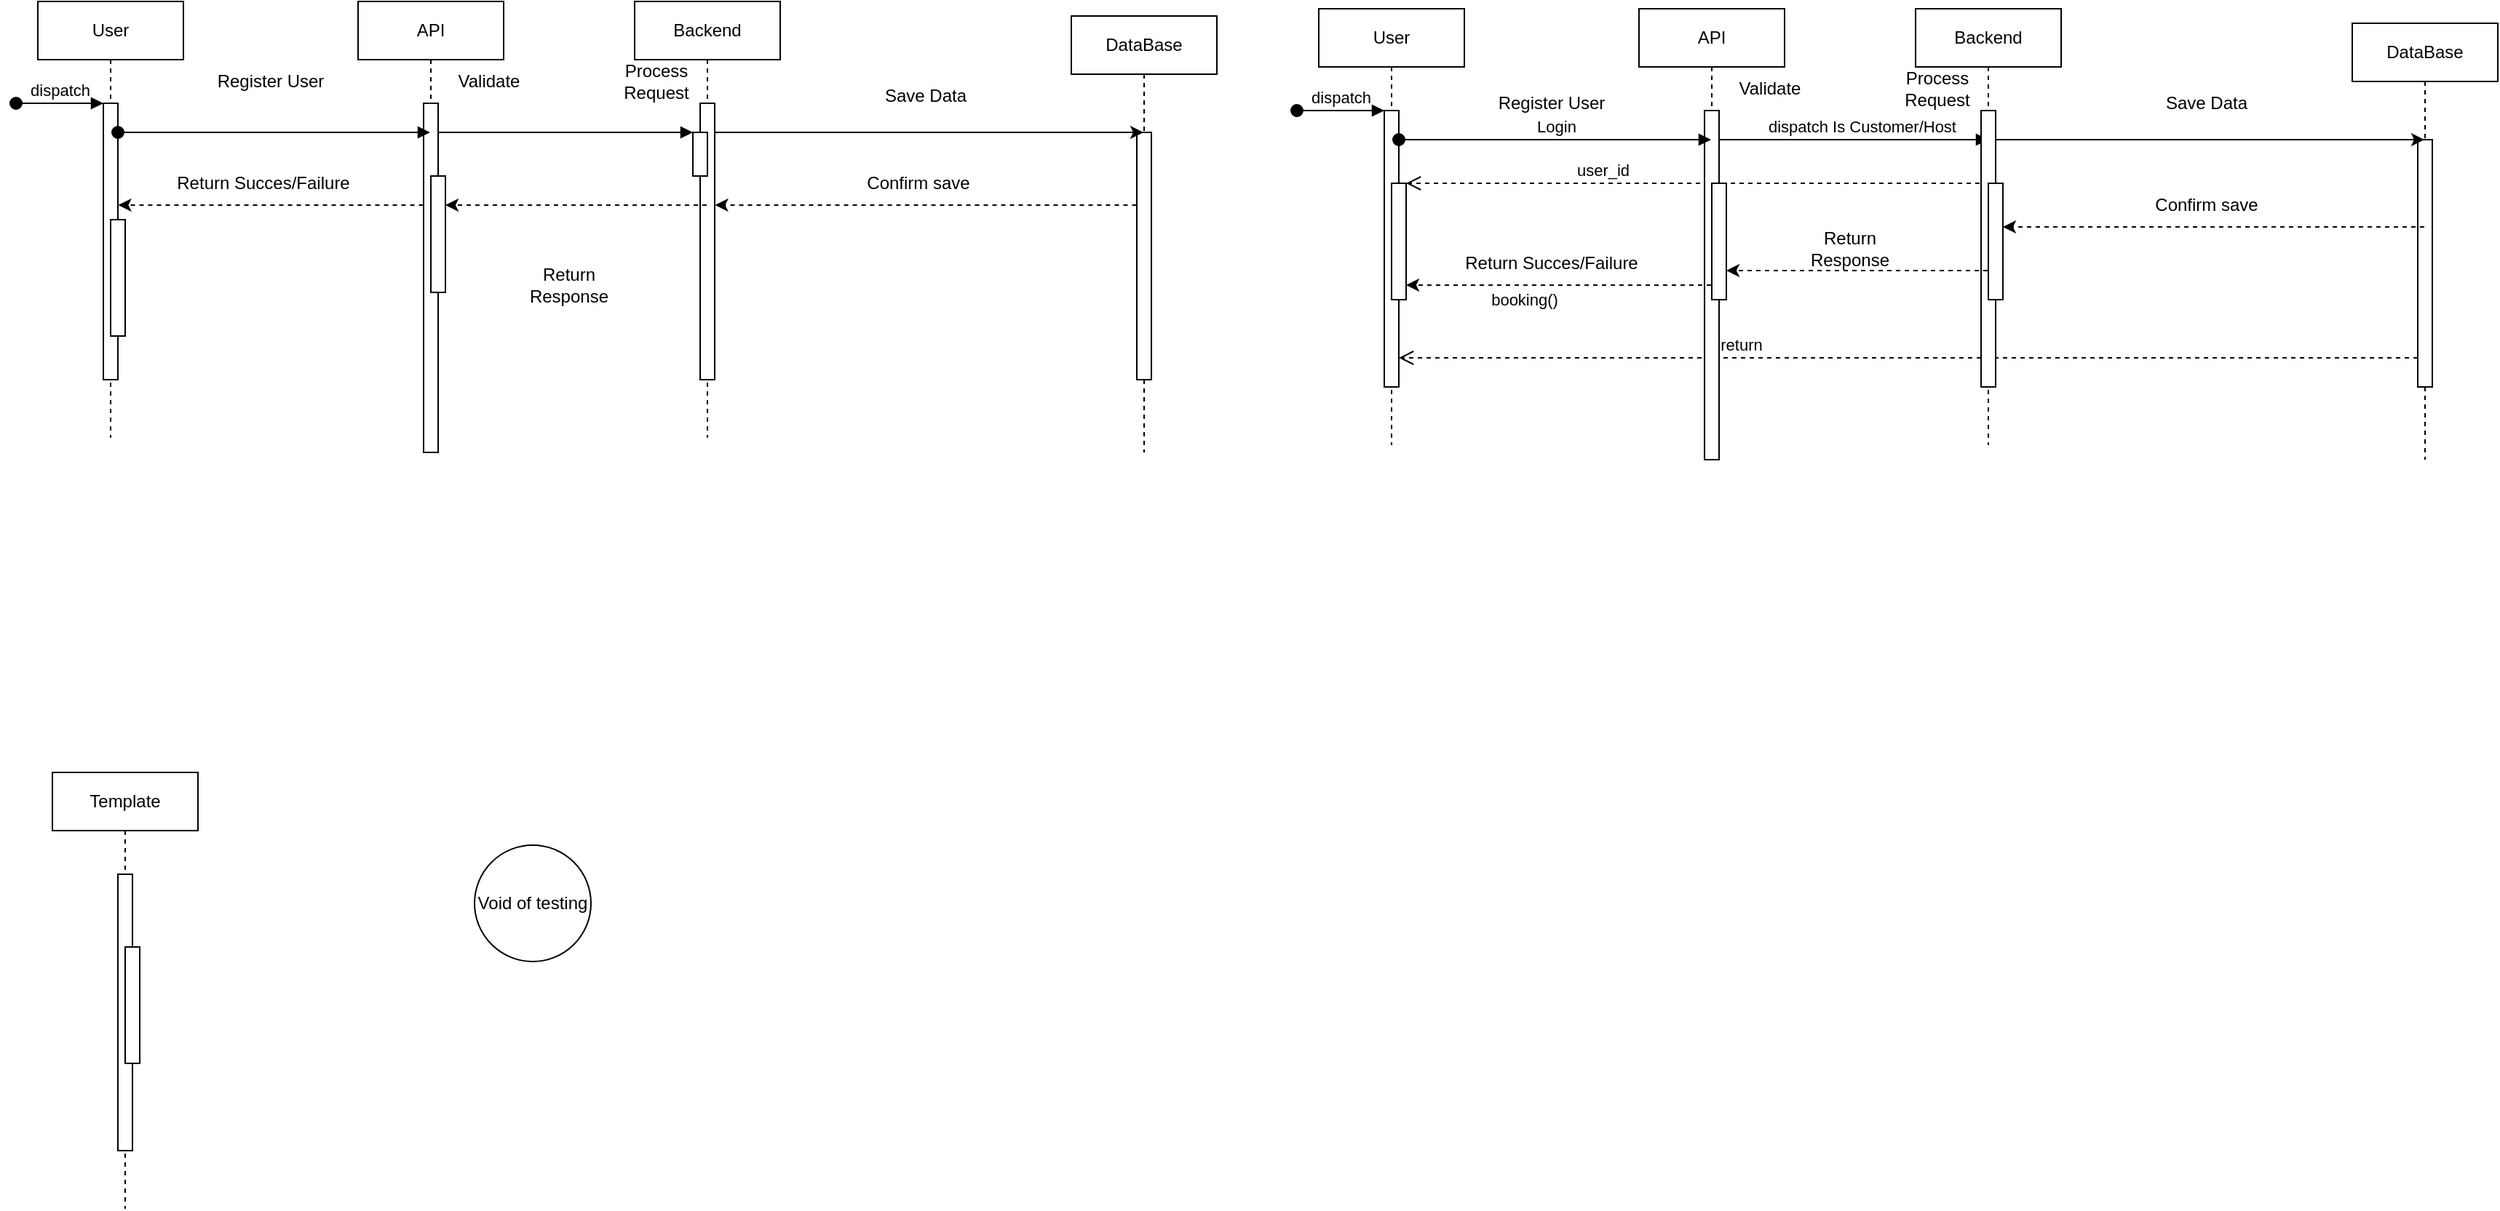
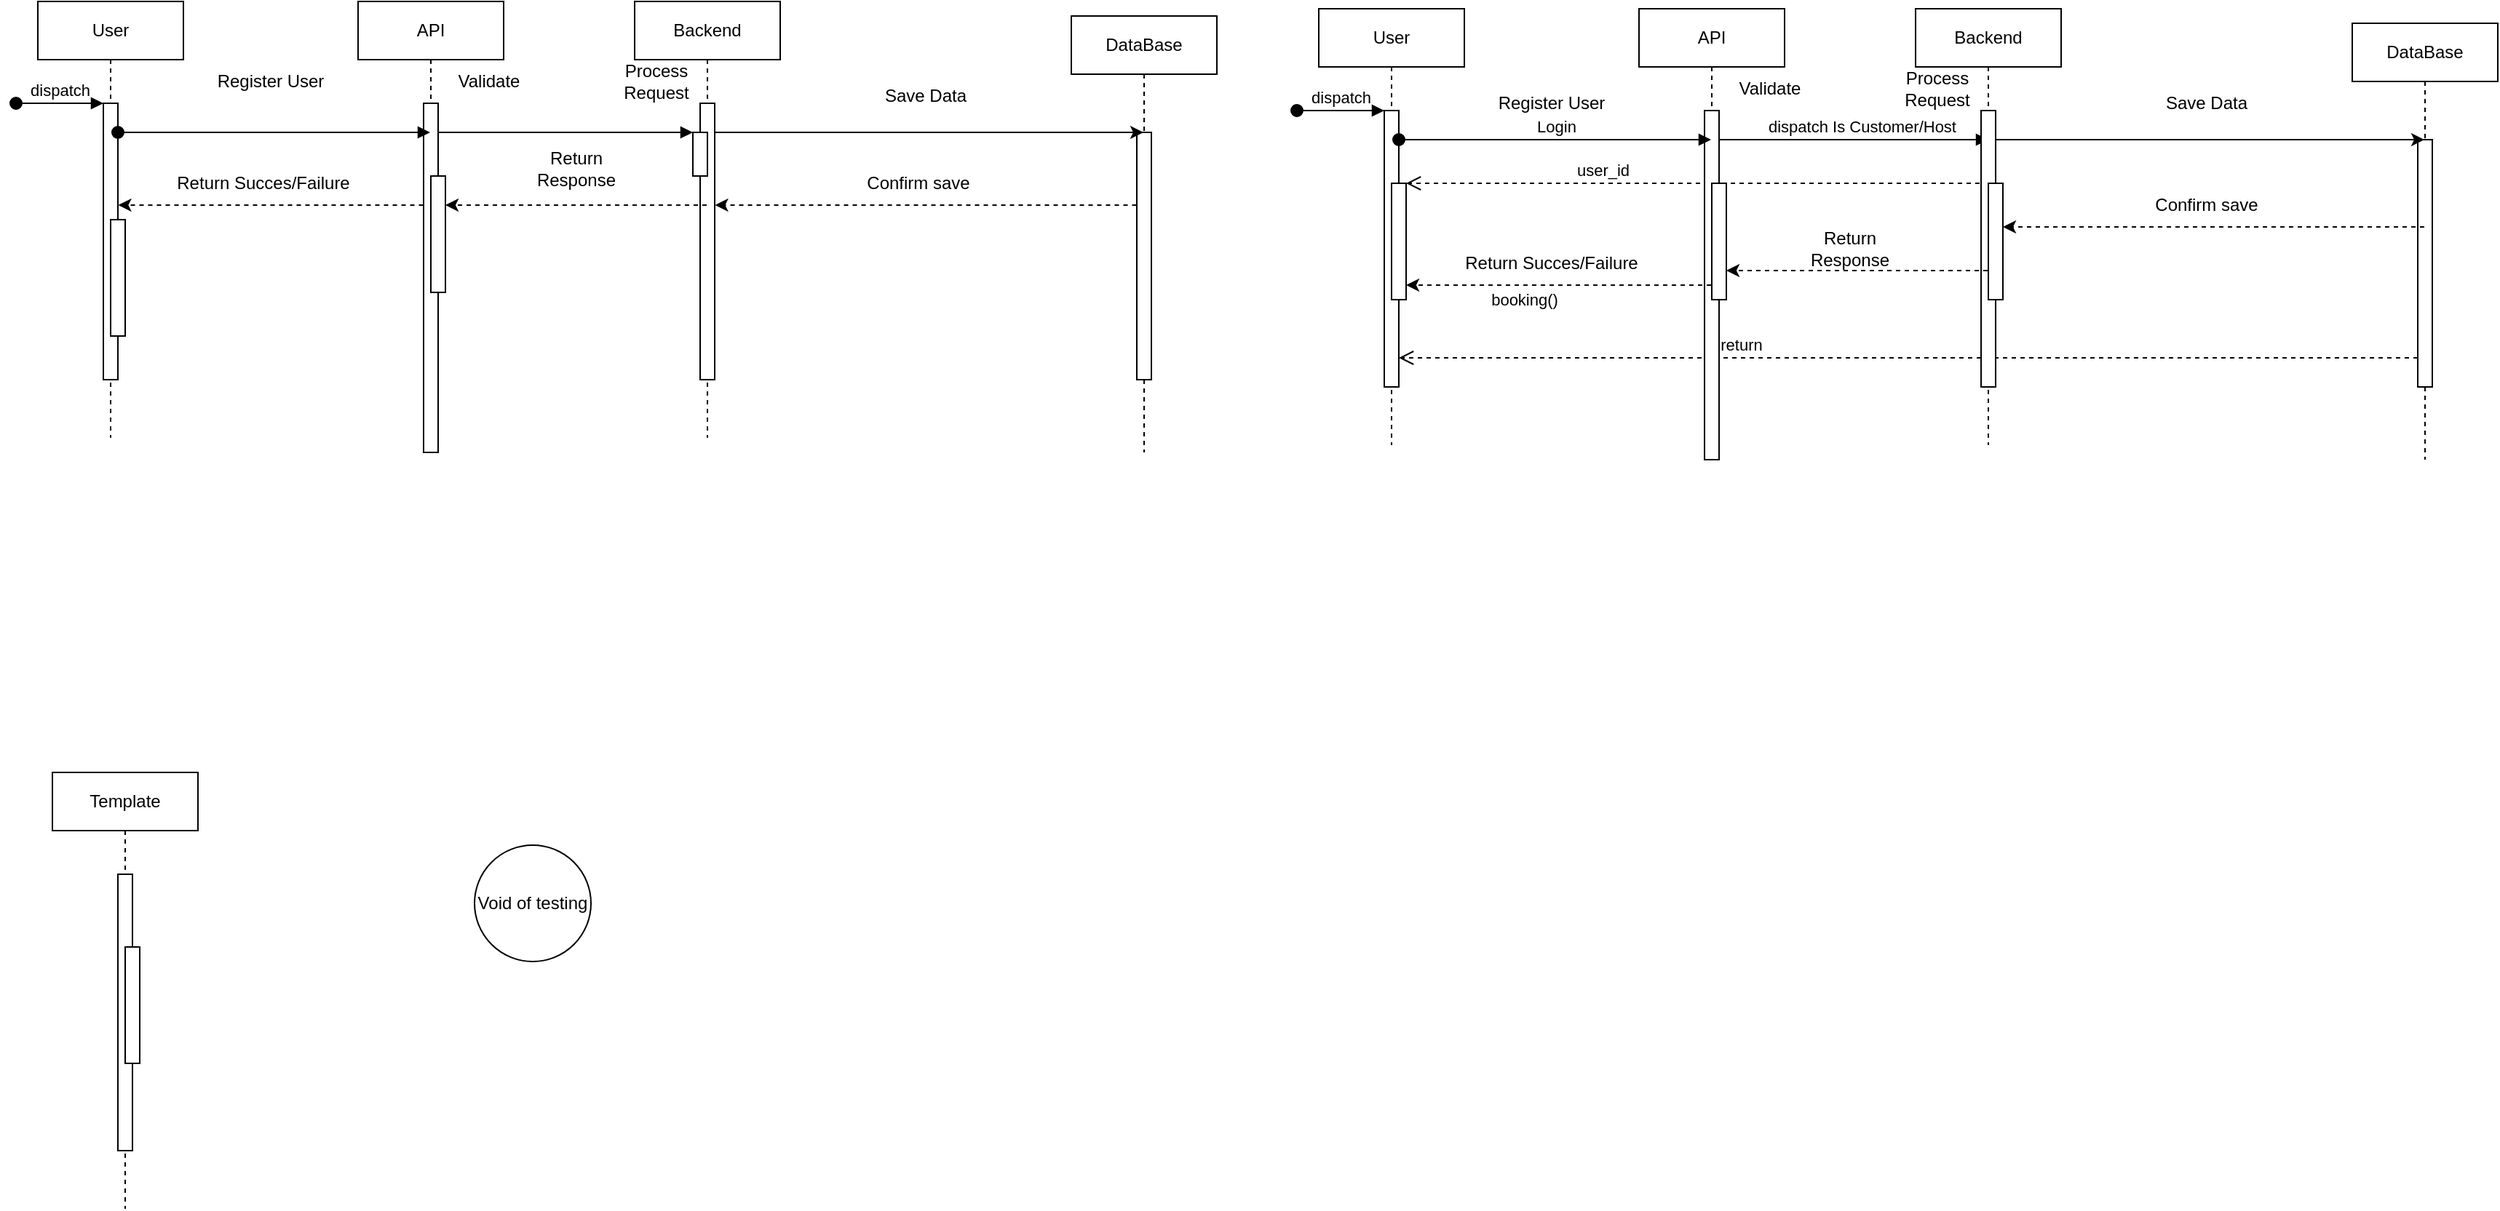
<mxfile host="app.diagrams.net" agent="5.0 (Macintosh; Intel Mac OS X 10_15_7) AppleWebKit/537.36 (KHTML, like Gecko) Chrome/109.0.0.0 Safari/537.36">
  <diagram name="Page-1" id="2YBvvXClWsGukQMizWep">
-     <mxGraphModel dx="908" dy="757" grid="1" gridSize="10" guides="1" tooltips="1" connect="1" arrows="1" fold="1" page="1" pageScale="1" pageWidth="850" pageHeight="1100" math="0" shadow="0">
+     <mxGraphModel dx="1282" dy="1068" grid="1" gridSize="10" guides="1" tooltips="1" connect="1" arrows="1" fold="1" page="1" pageScale="1" pageWidth="850" pageHeight="1100" math="0" shadow="0">
      <root>
        <mxCell id="0" />
        <mxCell id="1" parent="0" />
        <mxCell id="aM9ryv3xv72pqoxQDRHE-1" parent="1" style="shape=umlLifeline;perimeter=lifelinePerimeter;whiteSpace=wrap;html=1;container=0;dropTarget=0;collapsible=0;recursiveResize=0;outlineConnect=0;portConstraint=eastwest;newEdgeStyle={&quot;edgeStyle&quot;:&quot;elbowEdgeStyle&quot;,&quot;elbow&quot;:&quot;vertical&quot;,&quot;curved&quot;:0,&quot;rounded&quot;:0};" value="User" vertex="1">
          <mxGeometry height="300" width="100" x="30" y="40" as="geometry" />
        </mxCell>
        <mxCell id="aM9ryv3xv72pqoxQDRHE-2" parent="aM9ryv3xv72pqoxQDRHE-1" style="html=1;points=[];perimeter=orthogonalPerimeter;outlineConnect=0;targetShapes=umlLifeline;portConstraint=eastwest;newEdgeStyle={&quot;edgeStyle&quot;:&quot;elbowEdgeStyle&quot;,&quot;elbow&quot;:&quot;vertical&quot;,&quot;curved&quot;:0,&quot;rounded&quot;:0};" value="" vertex="1">
          <mxGeometry height="190" width="10" x="45" y="70" as="geometry" />
        </mxCell>
        <mxCell id="aM9ryv3xv72pqoxQDRHE-3" edge="1" parent="aM9ryv3xv72pqoxQDRHE-1" style="html=1;verticalAlign=bottom;startArrow=oval;endArrow=block;startSize=8;edgeStyle=elbowEdgeStyle;elbow=vertical;curved=0;rounded=0;" target="aM9ryv3xv72pqoxQDRHE-2" value="dispatch">
          <mxGeometry relative="1" as="geometry">
            <mxPoint x="-15" y="70" as="sourcePoint" />
          </mxGeometry>
        </mxCell>
        <mxCell id="aM9ryv3xv72pqoxQDRHE-4" parent="aM9ryv3xv72pqoxQDRHE-1" style="html=1;points=[];perimeter=orthogonalPerimeter;outlineConnect=0;targetShapes=umlLifeline;portConstraint=eastwest;newEdgeStyle={&quot;edgeStyle&quot;:&quot;elbowEdgeStyle&quot;,&quot;elbow&quot;:&quot;vertical&quot;,&quot;curved&quot;:0,&quot;rounded&quot;:0};" value="" vertex="1">
          <mxGeometry height="80" width="10" x="50" y="150" as="geometry" />
        </mxCell>
        <mxCell id="aM9ryv3xv72pqoxQDRHE-5" parent="1" style="shape=umlLifeline;perimeter=lifelinePerimeter;whiteSpace=wrap;html=1;container=0;dropTarget=0;collapsible=0;recursiveResize=0;outlineConnect=0;portConstraint=eastwest;newEdgeStyle={&quot;edgeStyle&quot;:&quot;elbowEdgeStyle&quot;,&quot;elbow&quot;:&quot;vertical&quot;,&quot;curved&quot;:0,&quot;rounded&quot;:0};" value="DataBase" vertex="1">
          <mxGeometry height="300" width="100" x="740" y="50" as="geometry" />
        </mxCell>
        <mxCell id="aM9ryv3xv72pqoxQDRHE-6" parent="aM9ryv3xv72pqoxQDRHE-5" style="html=1;points=[];perimeter=orthogonalPerimeter;outlineConnect=0;targetShapes=umlLifeline;portConstraint=eastwest;newEdgeStyle={&quot;edgeStyle&quot;:&quot;elbowEdgeStyle&quot;,&quot;elbow&quot;:&quot;vertical&quot;,&quot;curved&quot;:0,&quot;rounded&quot;:0};" value="" vertex="1">
          <mxGeometry height="170" width="10" x="45" y="80" as="geometry" />
        </mxCell>
        <mxCell id="aM9ryv3xv72pqoxQDRHE-7" edge="1" parent="1" source="7Z1T8ZwHcXeBXznP6D7j-6" style="html=1;verticalAlign=bottom;endArrow=block;edgeStyle=elbowEdgeStyle;elbow=vertical;curved=0;rounded=0;" target="7Z1T8ZwHcXeBXznP6D7j-11" value="">
          <mxGeometry relative="1" x="0.0616" as="geometry">
            <mxPoint as="offset" />
            <Array as="points">
              <mxPoint x="440" y="130" />
            </Array>
            <mxPoint x="195" y="130" as="sourcePoint" />
            <mxPoint x="480" y="130" as="targetPoint" />
          </mxGeometry>
        </mxCell>
        <mxCell id="7Z1T8ZwHcXeBXznP6D7j-5" parent="1" style="shape=umlLifeline;perimeter=lifelinePerimeter;whiteSpace=wrap;html=1;container=0;dropTarget=0;collapsible=0;recursiveResize=0;outlineConnect=0;portConstraint=eastwest;newEdgeStyle={&quot;edgeStyle&quot;:&quot;elbowEdgeStyle&quot;,&quot;elbow&quot;:&quot;vertical&quot;,&quot;curved&quot;:0,&quot;rounded&quot;:0};" value="API" vertex="1">
          <mxGeometry height="300" width="100" x="250" y="40" as="geometry" />
        </mxCell>
        <mxCell id="7Z1T8ZwHcXeBXznP6D7j-6" parent="7Z1T8ZwHcXeBXznP6D7j-5" style="html=1;points=[];perimeter=orthogonalPerimeter;outlineConnect=0;targetShapes=umlLifeline;portConstraint=eastwest;newEdgeStyle={&quot;edgeStyle&quot;:&quot;elbowEdgeStyle&quot;,&quot;elbow&quot;:&quot;vertical&quot;,&quot;curved&quot;:0,&quot;rounded&quot;:0};" value="" vertex="1">
          <mxGeometry height="240" width="10" x="45" y="70" as="geometry" />
        </mxCell>
        <mxCell id="7Z1T8ZwHcXeBXznP6D7j-8" parent="7Z1T8ZwHcXeBXznP6D7j-5" style="html=1;points=[];perimeter=orthogonalPerimeter;outlineConnect=0;targetShapes=umlLifeline;portConstraint=eastwest;newEdgeStyle={&quot;edgeStyle&quot;:&quot;elbowEdgeStyle&quot;,&quot;elbow&quot;:&quot;vertical&quot;,&quot;curved&quot;:0,&quot;rounded&quot;:0};" value="" vertex="1">
          <mxGeometry height="80" width="10" x="50" y="120" as="geometry" />
        </mxCell>
        <mxCell id="7Z1T8ZwHcXeBXznP6D7j-9" parent="1" style="shape=umlLifeline;perimeter=lifelinePerimeter;whiteSpace=wrap;html=1;container=0;dropTarget=0;collapsible=0;recursiveResize=0;outlineConnect=0;portConstraint=eastwest;newEdgeStyle={&quot;edgeStyle&quot;:&quot;elbowEdgeStyle&quot;,&quot;elbow&quot;:&quot;vertical&quot;,&quot;curved&quot;:0,&quot;rounded&quot;:0};" value="&lt;div&gt;Backend&lt;/div&gt;" vertex="1">
          <mxGeometry height="300" width="100" x="440" y="40" as="geometry" />
        </mxCell>
        <mxCell id="7Z1T8ZwHcXeBXznP6D7j-10" parent="7Z1T8ZwHcXeBXznP6D7j-9" style="html=1;points=[];perimeter=orthogonalPerimeter;outlineConnect=0;targetShapes=umlLifeline;portConstraint=eastwest;newEdgeStyle={&quot;edgeStyle&quot;:&quot;elbowEdgeStyle&quot;,&quot;elbow&quot;:&quot;vertical&quot;,&quot;curved&quot;:0,&quot;rounded&quot;:0};" value="" vertex="1">
          <mxGeometry height="190" width="10" x="45" y="70" as="geometry" />
        </mxCell>
        <mxCell id="7Z1T8ZwHcXeBXznP6D7j-11" parent="7Z1T8ZwHcXeBXznP6D7j-9" style="html=1;points=[];perimeter=orthogonalPerimeter;outlineConnect=0;targetShapes=umlLifeline;portConstraint=eastwest;newEdgeStyle={&quot;edgeStyle&quot;:&quot;elbowEdgeStyle&quot;,&quot;elbow&quot;:&quot;vertical&quot;,&quot;curved&quot;:0,&quot;rounded&quot;:0};" value="" vertex="1">
          <mxGeometry height="30" width="10" x="40" y="90" as="geometry" />
        </mxCell>
        <mxCell id="7Z1T8ZwHcXeBXznP6D7j-12" parent="1" style="shape=umlLifeline;perimeter=lifelinePerimeter;whiteSpace=wrap;html=1;container=0;dropTarget=0;collapsible=0;recursiveResize=0;outlineConnect=0;portConstraint=eastwest;newEdgeStyle={&quot;edgeStyle&quot;:&quot;elbowEdgeStyle&quot;,&quot;elbow&quot;:&quot;vertical&quot;,&quot;curved&quot;:0,&quot;rounded&quot;:0};" value="Template" vertex="1">
          <mxGeometry height="300" width="100" x="40" y="570" as="geometry" />
        </mxCell>
        <mxCell id="7Z1T8ZwHcXeBXznP6D7j-13" parent="7Z1T8ZwHcXeBXznP6D7j-12" style="html=1;points=[];perimeter=orthogonalPerimeter;outlineConnect=0;targetShapes=umlLifeline;portConstraint=eastwest;newEdgeStyle={&quot;edgeStyle&quot;:&quot;elbowEdgeStyle&quot;,&quot;elbow&quot;:&quot;vertical&quot;,&quot;curved&quot;:0,&quot;rounded&quot;:0};" value="" vertex="1">
          <mxGeometry height="190" width="10" x="45" y="70" as="geometry" />
        </mxCell>
        <mxCell id="7Z1T8ZwHcXeBXznP6D7j-14" parent="7Z1T8ZwHcXeBXznP6D7j-12" style="html=1;points=[];perimeter=orthogonalPerimeter;outlineConnect=0;targetShapes=umlLifeline;portConstraint=eastwest;newEdgeStyle={&quot;edgeStyle&quot;:&quot;elbowEdgeStyle&quot;,&quot;elbow&quot;:&quot;vertical&quot;,&quot;curved&quot;:0,&quot;rounded&quot;:0};" value="" vertex="1">
          <mxGeometry height="80" width="10" x="50" y="120" as="geometry" />
        </mxCell>
        <mxCell id="7Z1T8ZwHcXeBXznP6D7j-18" edge="1" parent="1" style="html=1;verticalAlign=bottom;startArrow=oval;endArrow=block;startSize=8;edgeStyle=elbowEdgeStyle;elbow=vertical;curved=0;rounded=0;" target="7Z1T8ZwHcXeBXznP6D7j-5" value="">
          <mxGeometry relative="1" x="-0.3939" y="10" as="geometry">
            <mxPoint as="offset" />
            <mxPoint x="85" y="130" as="sourcePoint" />
            <mxPoint x="150" y="130" as="targetPoint" />
          </mxGeometry>
        </mxCell>
        <mxCell id="D9VVy2PClrj1YHKQl20F-1" parent="1" style="text;html=1;whiteSpace=wrap;strokeColor=none;fillColor=none;align=center;verticalAlign=middle;rounded=0;" value="Register User" vertex="1">
          <mxGeometry height="30" width="100" x="140" y="80" as="geometry" />
        </mxCell>
        <mxCell id="D9VVy2PClrj1YHKQl20F-2" parent="1" style="text;html=1;whiteSpace=wrap;strokeColor=none;fillColor=none;align=center;verticalAlign=middle;rounded=0;" value="Validate" vertex="1">
          <mxGeometry height="30" width="60" x="310" y="80" as="geometry" />
        </mxCell>
        <mxCell id="D9VVy2PClrj1YHKQl20F-3" parent="1" style="text;html=1;whiteSpace=wrap;strokeColor=none;fillColor=none;align=center;verticalAlign=middle;rounded=0;" value="Process Request" vertex="1">
          <mxGeometry height="30" width="60" x="425" y="80" as="geometry" />
        </mxCell>
        <mxCell id="I_nbtK1dwFWHWanF6EMp-1" parent="1" style="text;html=1;whiteSpace=wrap;strokeColor=none;fillColor=none;align=center;verticalAlign=middle;rounded=0;" value="Save Data" vertex="1">
          <mxGeometry height="30" width="60" x="610" y="90" as="geometry" />
        </mxCell>
        <mxCell id="7Z1T8ZwHcXeBXznP6D7j-19" parent="1" style="ellipse;whiteSpace=wrap;html=1;aspect=fixed;" value="Void of testing" vertex="1">
          <mxGeometry height="80" width="80" x="330" y="620" as="geometry" />
        </mxCell>
        <mxCell id="I_nbtK1dwFWHWanF6EMp-2" parent="1" style="text;html=1;whiteSpace=wrap;strokeColor=none;fillColor=none;align=center;verticalAlign=middle;rounded=0;" value="Confirm save" vertex="1">
          <mxGeometry height="30" width="80" x="595.25" y="150" as="geometry" />
        </mxCell>
        <mxCell id="I_nbtK1dwFWHWanF6EMp-3" parent="1" style="text;html=1;whiteSpace=wrap;strokeColor=none;fillColor=none;align=center;verticalAlign=middle;rounded=0;" value="Return Response" vertex="1">
-           <mxGeometry height="30" width="60" x="365" y="220" as="geometry" />
+           <mxGeometry height="30" width="60" x="370" y="140" as="geometry" />
        </mxCell>
        <mxCell id="I_nbtK1dwFWHWanF6EMp-4" parent="1" style="text;html=1;whiteSpace=wrap;strokeColor=none;fillColor=none;align=center;verticalAlign=middle;rounded=0;" value="Return Succes/Failure" vertex="1">
          <mxGeometry height="30" width="140" x="115.25" y="150" as="geometry" />
        </mxCell>
        <mxCell id="_QFFP_39c0ER-aZENGy8-1" edge="1" parent="1" source="7Z1T8ZwHcXeBXznP6D7j-10" style="endArrow=classic;html=1;rounded=0;" target="aM9ryv3xv72pqoxQDRHE-5" value="">
          <mxGeometry height="50" relative="1" width="50" as="geometry">
            <Array as="points">
              <mxPoint x="650" y="130" />
            </Array>
            <mxPoint x="490" y="170" as="sourcePoint" />
            <mxPoint x="540" y="120" as="targetPoint" />
          </mxGeometry>
        </mxCell>
        <mxCell id="_QFFP_39c0ER-aZENGy8-2" edge="1" parent="1" style="endArrow=classic;html=1;rounded=0;dashed=1;" value="">
          <mxGeometry height="50" relative="1" width="50" as="geometry">
            <Array as="points">
              <mxPoint x="635.25" y="180" />
            </Array>
            <mxPoint x="784.75" y="179.9999999999999" as="sourcePoint" />
            <mxPoint x="495.25" y="179.9999999999999" as="targetPoint" />
          </mxGeometry>
        </mxCell>
        <mxCell id="_QFFP_39c0ER-aZENGy8-3" edge="1" parent="1" style="endArrow=classic;html=1;rounded=0;dashed=1;" value="">
          <mxGeometry height="50" relative="1" width="50" as="geometry">
            <Array as="points">
              <mxPoint x="400" y="180" />
            </Array>
            <mxPoint x="489.5" y="179.9999999999999" as="sourcePoint" />
            <mxPoint x="310" y="179.9999999999999" as="targetPoint" />
          </mxGeometry>
        </mxCell>
        <mxCell id="_QFFP_39c0ER-aZENGy8-4" edge="1" parent="1" style="endArrow=classic;html=1;rounded=0;dashed=1;" value="">
          <mxGeometry height="50" relative="1" width="50" as="geometry">
            <Array as="points">
              <mxPoint x="195.25" y="180" />
            </Array>
            <mxPoint x="294.75" y="179.9999999999999" as="sourcePoint" />
            <mxPoint x="85.25" y="179.9999999999999" as="targetPoint" />
          </mxGeometry>
        </mxCell>
        <mxCell id="_QFFP_39c0ER-aZENGy8-33" parent="1" style="shape=umlLifeline;perimeter=lifelinePerimeter;whiteSpace=wrap;html=1;container=0;dropTarget=0;collapsible=0;recursiveResize=0;outlineConnect=0;portConstraint=eastwest;newEdgeStyle={&quot;edgeStyle&quot;:&quot;elbowEdgeStyle&quot;,&quot;elbow&quot;:&quot;vertical&quot;,&quot;curved&quot;:0,&quot;rounded&quot;:0};" value="User" vertex="1">
          <mxGeometry height="300" width="100" x="910" y="45" as="geometry" />
        </mxCell>
        <mxCell id="_QFFP_39c0ER-aZENGy8-34" parent="_QFFP_39c0ER-aZENGy8-33" style="html=1;points=[];perimeter=orthogonalPerimeter;outlineConnect=0;targetShapes=umlLifeline;portConstraint=eastwest;newEdgeStyle={&quot;edgeStyle&quot;:&quot;elbowEdgeStyle&quot;,&quot;elbow&quot;:&quot;vertical&quot;,&quot;curved&quot;:0,&quot;rounded&quot;:0};" value="" vertex="1">
          <mxGeometry height="190" width="10" x="45" y="70" as="geometry" />
        </mxCell>
        <mxCell id="_QFFP_39c0ER-aZENGy8-35" edge="1" parent="_QFFP_39c0ER-aZENGy8-33" style="html=1;verticalAlign=bottom;startArrow=oval;endArrow=block;startSize=8;edgeStyle=elbowEdgeStyle;elbow=vertical;curved=0;rounded=0;" target="_QFFP_39c0ER-aZENGy8-34" value="dispatch">
          <mxGeometry relative="1" as="geometry">
            <mxPoint x="-15" y="70" as="sourcePoint" />
          </mxGeometry>
        </mxCell>
        <mxCell id="_QFFP_39c0ER-aZENGy8-36" parent="_QFFP_39c0ER-aZENGy8-33" style="html=1;points=[];perimeter=orthogonalPerimeter;outlineConnect=0;targetShapes=umlLifeline;portConstraint=eastwest;newEdgeStyle={&quot;edgeStyle&quot;:&quot;elbowEdgeStyle&quot;,&quot;elbow&quot;:&quot;vertical&quot;,&quot;curved&quot;:0,&quot;rounded&quot;:0};" value="" vertex="1">
          <mxGeometry height="80" width="10" x="50" y="120" as="geometry" />
        </mxCell>
        <mxCell id="_QFFP_39c0ER-aZENGy8-37" parent="1" style="shape=umlLifeline;perimeter=lifelinePerimeter;whiteSpace=wrap;html=1;container=0;dropTarget=0;collapsible=0;recursiveResize=0;outlineConnect=0;portConstraint=eastwest;newEdgeStyle={&quot;edgeStyle&quot;:&quot;elbowEdgeStyle&quot;,&quot;elbow&quot;:&quot;vertical&quot;,&quot;curved&quot;:0,&quot;rounded&quot;:0};" value="DataBase" vertex="1">
          <mxGeometry height="300" width="100" x="1620" y="55" as="geometry" />
        </mxCell>
        <mxCell id="_QFFP_39c0ER-aZENGy8-38" parent="_QFFP_39c0ER-aZENGy8-37" style="html=1;points=[];perimeter=orthogonalPerimeter;outlineConnect=0;targetShapes=umlLifeline;portConstraint=eastwest;newEdgeStyle={&quot;edgeStyle&quot;:&quot;elbowEdgeStyle&quot;,&quot;elbow&quot;:&quot;vertical&quot;,&quot;curved&quot;:0,&quot;rounded&quot;:0};" value="" vertex="1">
          <mxGeometry height="170" width="10" x="45" y="80" as="geometry" />
        </mxCell>
        <mxCell id="_QFFP_39c0ER-aZENGy8-39" edge="1" parent="1" source="_QFFP_39c0ER-aZENGy8-44" style="html=1;verticalAlign=bottom;endArrow=block;edgeStyle=elbowEdgeStyle;elbow=vertical;curved=0;rounded=0;entryX=0.5;entryY=0.105;entryDx=0;entryDy=0;entryPerimeter=0;" target="_QFFP_39c0ER-aZENGy8-47" value="dispatch Is Customer/Host">
          <mxGeometry relative="1" x="0.0616" as="geometry">
            <mxPoint as="offset" />
            <Array as="points">
              <mxPoint x="1320" y="135" />
            </Array>
            <mxPoint x="1075" y="135" as="sourcePoint" />
            <mxPoint x="1360" y="135" as="targetPoint" />
          </mxGeometry>
        </mxCell>
        <mxCell id="_QFFP_39c0ER-aZENGy8-40" connectable="0" parent="_QFFP_39c0ER-aZENGy8-39" style="edgeLabel;html=1;align=center;verticalAlign=middle;resizable=0;points=[];" value="booking()" vertex="1">
          <mxGeometry relative="1" x="-0.6283" y="3" as="geometry">
            <mxPoint x="-169" y="113" as="offset" />
          </mxGeometry>
        </mxCell>
        <mxCell id="_QFFP_39c0ER-aZENGy8-41" edge="1" parent="1" source="_QFFP_39c0ER-aZENGy8-38" style="html=1;verticalAlign=bottom;endArrow=open;dashed=1;endSize=8;edgeStyle=elbowEdgeStyle;elbow=vertical;curved=0;rounded=0;" target="_QFFP_39c0ER-aZENGy8-34" value="return">
          <mxGeometry relative="1" x="0.3286" as="geometry">
            <mxPoint as="offset" />
            <Array as="points">
              <mxPoint x="1070" y="285" />
            </Array>
            <mxPoint x="1075" y="210" as="targetPoint" />
          </mxGeometry>
        </mxCell>
        <mxCell id="_QFFP_39c0ER-aZENGy8-42" edge="1" parent="1" source="_QFFP_39c0ER-aZENGy8-48" style="html=1;verticalAlign=bottom;endArrow=open;dashed=1;endSize=8;edgeStyle=elbowEdgeStyle;elbow=vertical;curved=0;rounded=0;" target="_QFFP_39c0ER-aZENGy8-36" value="user_id">
          <mxGeometry relative="1" x="0.325" as="geometry">
            <mxPoint as="offset" />
            <Array as="points">
              <mxPoint x="1330" y="165" />
            </Array>
            <mxPoint x="1430" y="165" as="sourcePoint" />
            <mxPoint x="1020" y="165" as="targetPoint" />
          </mxGeometry>
        </mxCell>
        <mxCell id="_QFFP_39c0ER-aZENGy8-43" parent="1" style="shape=umlLifeline;perimeter=lifelinePerimeter;whiteSpace=wrap;html=1;container=0;dropTarget=0;collapsible=0;recursiveResize=0;outlineConnect=0;portConstraint=eastwest;newEdgeStyle={&quot;edgeStyle&quot;:&quot;elbowEdgeStyle&quot;,&quot;elbow&quot;:&quot;vertical&quot;,&quot;curved&quot;:0,&quot;rounded&quot;:0};" value="API" vertex="1">
          <mxGeometry height="300" width="100" x="1130" y="45" as="geometry" />
        </mxCell>
        <mxCell id="_QFFP_39c0ER-aZENGy8-44" parent="_QFFP_39c0ER-aZENGy8-43" style="html=1;points=[];perimeter=orthogonalPerimeter;outlineConnect=0;targetShapes=umlLifeline;portConstraint=eastwest;newEdgeStyle={&quot;edgeStyle&quot;:&quot;elbowEdgeStyle&quot;,&quot;elbow&quot;:&quot;vertical&quot;,&quot;curved&quot;:0,&quot;rounded&quot;:0};" value="" vertex="1">
          <mxGeometry height="240" width="10" x="45" y="70" as="geometry" />
        </mxCell>
        <mxCell id="_QFFP_39c0ER-aZENGy8-45" parent="_QFFP_39c0ER-aZENGy8-43" style="html=1;points=[];perimeter=orthogonalPerimeter;outlineConnect=0;targetShapes=umlLifeline;portConstraint=eastwest;newEdgeStyle={&quot;edgeStyle&quot;:&quot;elbowEdgeStyle&quot;,&quot;elbow&quot;:&quot;vertical&quot;,&quot;curved&quot;:0,&quot;rounded&quot;:0};" value="" vertex="1">
          <mxGeometry height="80" width="10" x="50" y="120" as="geometry" />
        </mxCell>
        <mxCell id="_QFFP_39c0ER-aZENGy8-46" parent="1" style="shape=umlLifeline;perimeter=lifelinePerimeter;whiteSpace=wrap;html=1;container=0;dropTarget=0;collapsible=0;recursiveResize=0;outlineConnect=0;portConstraint=eastwest;newEdgeStyle={&quot;edgeStyle&quot;:&quot;elbowEdgeStyle&quot;,&quot;elbow&quot;:&quot;vertical&quot;,&quot;curved&quot;:0,&quot;rounded&quot;:0};" value="&lt;div&gt;Backend&lt;/div&gt;" vertex="1">
          <mxGeometry height="300" width="100" x="1320" y="45" as="geometry" />
        </mxCell>
        <mxCell id="_QFFP_39c0ER-aZENGy8-47" parent="_QFFP_39c0ER-aZENGy8-46" style="html=1;points=[];perimeter=orthogonalPerimeter;outlineConnect=0;targetShapes=umlLifeline;portConstraint=eastwest;newEdgeStyle={&quot;edgeStyle&quot;:&quot;elbowEdgeStyle&quot;,&quot;elbow&quot;:&quot;vertical&quot;,&quot;curved&quot;:0,&quot;rounded&quot;:0};" value="" vertex="1">
          <mxGeometry height="190" width="10" x="45" y="70" as="geometry" />
        </mxCell>
        <mxCell id="_QFFP_39c0ER-aZENGy8-48" parent="_QFFP_39c0ER-aZENGy8-46" style="html=1;points=[];perimeter=orthogonalPerimeter;outlineConnect=0;targetShapes=umlLifeline;portConstraint=eastwest;newEdgeStyle={&quot;edgeStyle&quot;:&quot;elbowEdgeStyle&quot;,&quot;elbow&quot;:&quot;vertical&quot;,&quot;curved&quot;:0,&quot;rounded&quot;:0};" value="" vertex="1">
          <mxGeometry height="80" width="10" x="50" y="120" as="geometry" />
        </mxCell>
        <mxCell id="_QFFP_39c0ER-aZENGy8-49" edge="1" parent="1" style="html=1;verticalAlign=bottom;startArrow=oval;endArrow=block;startSize=8;edgeStyle=elbowEdgeStyle;elbow=vertical;curved=0;rounded=0;" target="_QFFP_39c0ER-aZENGy8-43" value="Login">
          <mxGeometry relative="1" as="geometry">
            <mxPoint x="965" y="135" as="sourcePoint" />
            <mxPoint x="1030" y="135" as="targetPoint" />
          </mxGeometry>
        </mxCell>
        <mxCell id="_QFFP_39c0ER-aZENGy8-50" parent="1" style="text;html=1;whiteSpace=wrap;strokeColor=none;fillColor=none;align=center;verticalAlign=middle;rounded=0;" value="Register User" vertex="1">
          <mxGeometry height="30" width="100" x="1020" y="95" as="geometry" />
        </mxCell>
        <mxCell id="_QFFP_39c0ER-aZENGy8-51" parent="1" style="text;html=1;whiteSpace=wrap;strokeColor=none;fillColor=none;align=center;verticalAlign=middle;rounded=0;" value="Validate" vertex="1">
          <mxGeometry height="30" width="60" x="1190" y="85" as="geometry" />
        </mxCell>
        <mxCell id="_QFFP_39c0ER-aZENGy8-52" parent="1" style="text;html=1;whiteSpace=wrap;strokeColor=none;fillColor=none;align=center;verticalAlign=middle;rounded=0;" value="Process Request" vertex="1">
          <mxGeometry height="30" width="60" x="1305" y="85" as="geometry" />
        </mxCell>
        <mxCell id="_QFFP_39c0ER-aZENGy8-53" parent="1" style="text;html=1;whiteSpace=wrap;strokeColor=none;fillColor=none;align=center;verticalAlign=middle;rounded=0;" value="Save Data" vertex="1">
          <mxGeometry height="30" width="60" x="1490" y="95" as="geometry" />
        </mxCell>
        <mxCell id="_QFFP_39c0ER-aZENGy8-54" parent="1" style="text;html=1;whiteSpace=wrap;strokeColor=none;fillColor=none;align=center;verticalAlign=middle;rounded=0;" value="Confirm save" vertex="1">
          <mxGeometry height="30" width="80" x="1480" y="165" as="geometry" />
        </mxCell>
        <mxCell id="_QFFP_39c0ER-aZENGy8-55" parent="1" style="text;html=1;whiteSpace=wrap;strokeColor=none;fillColor=none;align=center;verticalAlign=middle;rounded=0;" value="Return Response" vertex="1">
          <mxGeometry height="30" width="60" x="1245" y="195" as="geometry" />
        </mxCell>
        <mxCell id="_QFFP_39c0ER-aZENGy8-56" parent="1" style="text;html=1;whiteSpace=wrap;strokeColor=none;fillColor=none;align=center;verticalAlign=middle;rounded=0;" value="Return Succes/Failure" vertex="1">
          <mxGeometry height="30" width="140" x="1000" y="205" as="geometry" />
        </mxCell>
        <mxCell id="_QFFP_39c0ER-aZENGy8-57" edge="1" parent="1" source="_QFFP_39c0ER-aZENGy8-47" style="endArrow=classic;html=1;rounded=0;" target="_QFFP_39c0ER-aZENGy8-37" value="">
          <mxGeometry height="50" relative="1" width="50" as="geometry">
            <Array as="points">
              <mxPoint x="1530" y="135" />
            </Array>
            <mxPoint x="1370" y="175" as="sourcePoint" />
            <mxPoint x="1420" y="125" as="targetPoint" />
          </mxGeometry>
        </mxCell>
        <mxCell id="_QFFP_39c0ER-aZENGy8-58" edge="1" parent="1" source="_QFFP_39c0ER-aZENGy8-37" style="endArrow=classic;html=1;rounded=0;dashed=1;" target="_QFFP_39c0ER-aZENGy8-48" value="">
          <mxGeometry height="50" relative="1" width="50" as="geometry">
            <Array as="points">
              <mxPoint x="1520" y="195" />
            </Array>
            <mxPoint x="1660" y="235" as="sourcePoint" />
            <mxPoint x="1710" y="185" as="targetPoint" />
          </mxGeometry>
        </mxCell>
        <mxCell id="_QFFP_39c0ER-aZENGy8-59" edge="1" parent="1" source="_QFFP_39c0ER-aZENGy8-46" style="endArrow=classic;html=1;rounded=0;dashed=1;" target="_QFFP_39c0ER-aZENGy8-45" value="">
          <mxGeometry height="50" relative="1" width="50" as="geometry">
            <Array as="points">
              <mxPoint x="1280" y="225" />
            </Array>
            <mxPoint x="1360" y="275" as="sourcePoint" />
            <mxPoint x="1410" y="225" as="targetPoint" />
          </mxGeometry>
        </mxCell>
        <mxCell id="_QFFP_39c0ER-aZENGy8-60" edge="1" parent="1" source="_QFFP_39c0ER-aZENGy8-43" style="endArrow=classic;html=1;rounded=0;dashed=1;" target="_QFFP_39c0ER-aZENGy8-36" value="">
          <mxGeometry height="50" relative="1" width="50" as="geometry">
            <Array as="points">
              <mxPoint x="1080" y="235" />
            </Array>
            <mxPoint x="1340" y="345" as="sourcePoint" />
            <mxPoint x="1390" y="295" as="targetPoint" />
          </mxGeometry>
        </mxCell>
      </root>
    </mxGraphModel>
  </diagram>
</mxfile>
